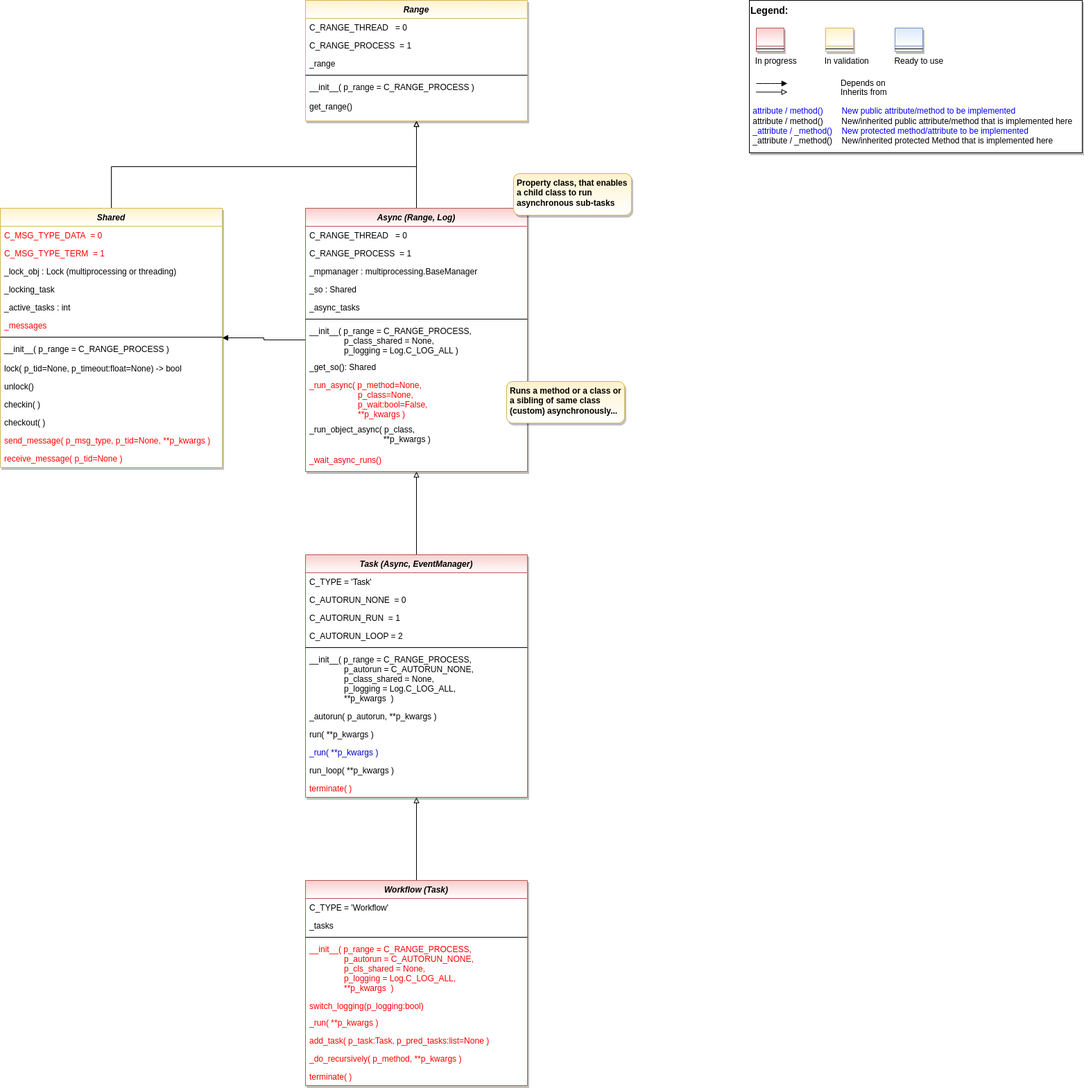
fhswf/MLPro keeps this draw.io diagram as doc/rtd/content/append2/core/images/bf/MLPro-BF-MT_class_diagram.drawio.png. Above is the earlier version. Source tidied: cells renumbered, new cells last; positions are measured from the earlier drawing's top-left corner, leaving out a move shared by most shapes.
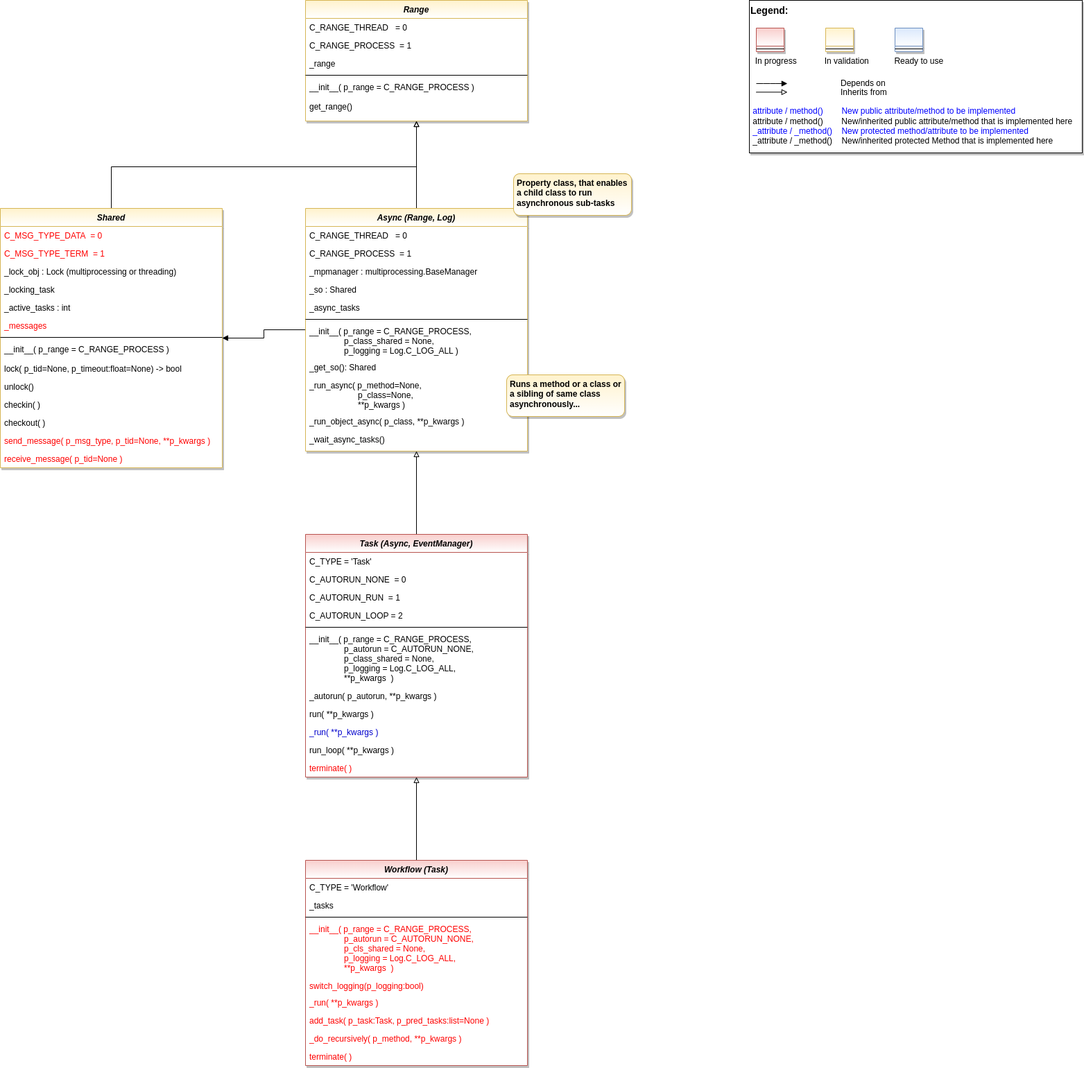
The same file after the commit.

Commit message:
class Async: multithreading

What changed in the source:
```diff
@@ -102,8 +102,8 @@
     <mxCell id="29" style="edgeStyle=orthogonalEdgeStyle;rounded=0;jettySize=auto;html=1;fontColor=default;endArrow=block;endFill=0;" parent="1" edge="1" source="30" target="68">
       <mxGeometry relative="1" as="geometry" />
     </mxCell>
-    <mxCell id="30" value="Async (Range, Log)" style="swimlane;fontStyle=3;align=center;verticalAlign=top;horizontal=1;startSize=26;rounded=0;shadow=1;strokeWidth=1;fillColor=#f8cecc;strokeColor=#b85450;glass=0;swimlaneFillColor=#ffffff;gradientColor=#ffffff;" parent="1" vertex="1">
-      <mxGeometry x="440" y="300" width="320" height="380" as="geometry" />
+    <mxCell id="30" value="Async (Range, Log)" style="swimlane;fontStyle=3;align=center;verticalAlign=top;horizontal=1;startSize=26;rounded=0;shadow=1;strokeWidth=1;fillColor=#fff2cc;strokeColor=#d6b656;glass=0;swimlaneFillColor=#ffffff;gradientColor=#FFFFFF;" parent="1" vertex="1">
+      <mxGeometry x="440" y="300" width="320" height="350" as="geometry" />
     </mxCell>
     <mxCell id="31" value="C_RANGE_THREAD   = 0" style="text;align=left;verticalAlign=top;spacingLeft=4;spacingRight=4;overflow=hidden;" parent="30" vertex="1">
       <mxGeometry y="26" width="320" height="26" as="geometry" />
@@ -129,14 +129,14 @@
     <mxCell id="38" value="_get_so(): Shared" style="text;align=left;verticalAlign=top;spacingLeft=4;spacingRight=4;overflow=hidden;fontColor=default;" parent="30" vertex="1">
       <mxGeometry y="216" width="320" height="26" as="geometry" />
     </mxCell>
-    <mxCell id="39" value="_run_async( p_method=None,&#10;                     p_class=None,&#10;                     p_wait:bool=False,&#10;                     **p_kwargs )" style="text;align=left;verticalAlign=top;spacingLeft=4;spacingRight=4;overflow=hidden;fontColor=#FF0000;" parent="30" vertex="1">
-      <mxGeometry y="242" width="320" height="64" as="geometry" />
+    <mxCell id="39" value="_run_async( p_method=None,&#10;                     p_class=None,&#10;                     **p_kwargs )" style="text;align=left;verticalAlign=top;spacingLeft=4;spacingRight=4;overflow=hidden;fontColor=default;" parent="30" vertex="1">
+      <mxGeometry y="242" width="320" height="52" as="geometry" />
     </mxCell>
-    <mxCell id="40" value="_run_object_async( p_class, &#10;                                **p_kwargs )" style="text;align=left;verticalAlign=top;spacingLeft=4;spacingRight=4;overflow=hidden;fontColor=default;" parent="30" vertex="1">
-      <mxGeometry y="306" width="320" height="44" as="geometry" />
+    <mxCell id="40" value="_run_object_async( p_class, **p_kwargs )" style="text;align=left;verticalAlign=top;spacingLeft=4;spacingRight=4;overflow=hidden;fontColor=default;" parent="30" vertex="1">
+      <mxGeometry y="294" width="320" height="26" as="geometry" />
     </mxCell>
-    <mxCell id="41" value="_wait_async_runs()" style="text;align=left;verticalAlign=top;spacingLeft=4;spacingRight=4;overflow=hidden;fontColor=#FF0000;" parent="30" vertex="1">
-      <mxGeometry y="350" width="320" height="26" as="geometry" />
+    <mxCell id="41" value="_wait_async_tasks()" style="text;align=left;verticalAlign=top;spacingLeft=4;spacingRight=4;overflow=hidden;fontColor=default;" parent="30" vertex="1">
+      <mxGeometry y="320" width="320" height="26" as="geometry" />
     </mxCell>
     <mxCell id="42" value="Property class, that enables a child class to run asynchronous sub-tasks" style="rounded=1;whiteSpace=wrap;html=1;fillColor=#fff2cc;strokeColor=#d6b656;shadow=1;gradientColor=#ffffff;fontStyle=1;align=left;verticalAlign=top;spacingRight=3;spacingLeft=3;" parent="1" vertex="1">
       <mxGeometry x="740" y="250" width="170" height="60" as="geometry" />
@@ -145,7 +145,7 @@
       <mxGeometry relative="1" as="geometry" />
     </mxCell>
     <mxCell id="44" value="Task (Async, EventManager)" style="swimlane;fontStyle=3;align=center;verticalAlign=top;horizontal=1;startSize=26;rounded=0;shadow=1;strokeWidth=1;fillColor=#f8cecc;strokeColor=#b85450;glass=0;swimlaneFillColor=#ffffff;gradientColor=#ffffff;" parent="1" vertex="1">
-      <mxGeometry x="440" y="800" width="320" height="350" as="geometry" />
+      <mxGeometry x="440" y="770" width="320" height="350" as="geometry" />
     </mxCell>
     <mxCell id="45" value="C_TYPE = 'Task'" style="text;align=left;verticalAlign=top;spacingLeft=4;spacingRight=4;overflow=hidden;" parent="44" vertex="1">
       <mxGeometry y="26" width="320" height="26" as="geometry" />
@@ -184,7 +184,7 @@
       <mxGeometry relative="1" as="geometry" />
     </mxCell>
     <mxCell id="57" value="Workflow (Task)" style="swimlane;fontStyle=3;align=center;verticalAlign=top;horizontal=1;startSize=26;rounded=0;shadow=1;strokeWidth=1;fillColor=#f8cecc;strokeColor=#b85450;glass=0;swimlaneFillColor=#ffffff;gradientColor=#ffffff;" parent="1" vertex="1">
-      <mxGeometry x="440" y="1270" width="320" height="296" as="geometry" />
+      <mxGeometry x="440" y="1240" width="320" height="296" as="geometry" />
     </mxCell>
     <mxCell id="58" value="C_TYPE = 'Workflow'" style="text;align=left;verticalAlign=top;spacingLeft=4;spacingRight=4;overflow=hidden;" parent="57" vertex="1">
       <mxGeometry y="26" width="320" height="26" as="geometry" />
@@ -213,8 +213,8 @@
     <mxCell id="66" value="terminate( )" style="text;align=left;verticalAlign=top;spacingLeft=4;spacingRight=4;overflow=hidden;fontColor=#FF0000;" parent="57" vertex="1">
       <mxGeometry y="270" width="320" height="26" as="geometry" />
     </mxCell>
-    <mxCell id="67" value="Runs a method or a class or a sibling of same class (custom) asynchronously..." style="rounded=1;whiteSpace=wrap;html=1;fillColor=#fff2cc;strokeColor=#d6b656;shadow=1;gradientColor=#ffffff;fontStyle=1;align=left;verticalAlign=top;spacingRight=3;spacingLeft=3;" parent="1" vertex="1">
-      <mxGeometry x="730" y="550" width="170" height="60" as="geometry" />
+    <mxCell id="67" value="Runs a method or a class or a sibling of same class asynchronously..." style="rounded=1;whiteSpace=wrap;html=1;fillColor=#fff2cc;strokeColor=#d6b656;shadow=1;gradientColor=#ffffff;fontStyle=1;align=left;verticalAlign=top;spacingRight=3;spacingLeft=3;" parent="1" vertex="1">
+      <mxGeometry x="730" y="540" width="170" height="60" as="geometry" />
     </mxCell>
     <mxCell id="68" value="Range" style="swimlane;fontStyle=3;align=center;verticalAlign=top;horizontal=1;startSize=26;rounded=0;shadow=1;strokeWidth=1;fillColor=#fff2cc;strokeColor=#d6b656;glass=0;swimlaneFillColor=#ffffff;gradientColor=#FFFFFF;" parent="1" vertex="1">
       <mxGeometry x="440" width="320" height="174" as="geometry" />
```
